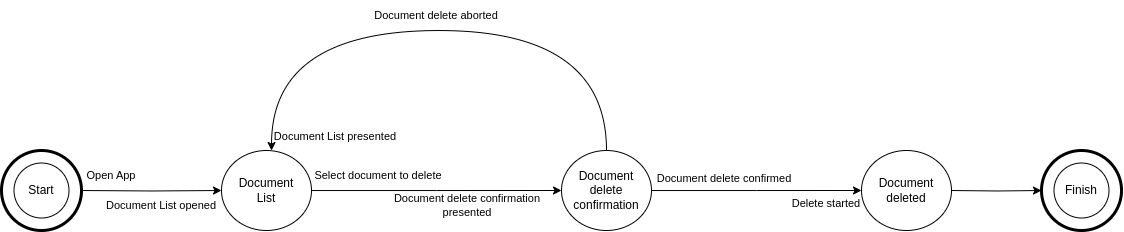
The draw.io diagram Draw.io diagrams/document_delete_STN.drawio.png in antoniociprani/human_computer_interaction, before a commit. Source tidied: cells renumbered, new cells last; positions are measured from the earlier drawing's top-left corner, leaving out a move shared by most shapes. The source it was exported from:
```xml
<mxGraphModel>
  <root>
    <mxCell id="0" />
    <mxCell id="1" parent="0" />
    <mxCell id="2" style="edgeStyle=orthogonalEdgeStyle;rounded=0;jettySize=auto;html=1;" parent="1" edge="1" source="3">
      <mxGeometry relative="1" as="geometry">
        <mxPoint x="560" y="190" as="targetPoint" />
      </mxGeometry>
    </mxCell>
    <mxCell id="3" value="Document&lt;div&gt;List&lt;/div&gt;" style="ellipse;whiteSpace=wrap;html=1;" parent="1" vertex="1">
      <mxGeometry x="220" y="150" width="90" height="80" as="geometry" />
    </mxCell>
    <mxCell id="4" value="Open App" style="text;html=1;align=center;verticalAlign=middle;whiteSpace=wrap;rounded=0;fontSize=11;" parent="1" vertex="1">
      <mxGeometry x="80" y="160" width="60" height="30" as="geometry" />
    </mxCell>
    <mxCell id="5" value="Document List opened" style="text;html=1;align=center;verticalAlign=middle;whiteSpace=wrap;rounded=0;fontSize=11;" parent="1" vertex="1">
      <mxGeometry x="90" y="190" width="140" height="30" as="geometry" />
    </mxCell>
    <mxCell id="6" value="Select document to delete" style="text;html=1;align=center;verticalAlign=middle;whiteSpace=wrap;rounded=0;fontSize=11;" parent="1" vertex="1">
      <mxGeometry x="304" y="160" width="146" height="30" as="geometry" />
    </mxCell>
    <mxCell id="7" value="Document delete confirmation&lt;div&gt;presented&lt;/div&gt;" style="text;html=1;align=center;verticalAlign=middle;whiteSpace=wrap;rounded=0;fontSize=11;" parent="1" vertex="1">
      <mxGeometry x="381" y="190" width="170" height="30" as="geometry" />
    </mxCell>
    <mxCell id="8" style="ellipse;whiteSpace=wrap;html=1;" parent="1" vertex="1">
      <mxGeometry x="12.5" y="162.5" width="55" height="55" as="geometry" />
    </mxCell>
    <mxCell id="9" style="ellipse;whiteSpace=wrap;html=1;fillColor=none;strokeWidth=3;" parent="1" vertex="1">
      <mxGeometry y="150" width="80" height="80" as="geometry" />
    </mxCell>
    <mxCell id="10" style="edgeStyle=orthogonalEdgeStyle;rounded=0;jettySize=auto;html=1;entryX=0;entryY=0.5;entryDx=0;entryDy=0;" parent="1" edge="1" target="3">
      <mxGeometry relative="1" as="geometry">
        <mxPoint x="80" y="190" as="sourcePoint" />
      </mxGeometry>
    </mxCell>
    <mxCell id="11" value="Start" style="text;html=1;align=center;verticalAlign=middle;whiteSpace=wrap;rounded=0;" parent="1" vertex="1">
      <mxGeometry x="10" y="175" width="60" height="30" as="geometry" />
    </mxCell>
    <mxCell id="12" style="edgeStyle=orthogonalEdgeStyle;rounded=0;jettySize=auto;html=1;" parent="1" edge="1" source="14">
      <mxGeometry relative="1" as="geometry">
        <mxPoint x="860" y="190" as="targetPoint" />
      </mxGeometry>
    </mxCell>
    <mxCell id="13" style="edgeStyle=orthogonalEdgeStyle;rounded=0;jettySize=auto;html=1;curved=1;" parent="1" edge="1" source="14">
      <mxGeometry relative="1" as="geometry">
        <mxPoint x="270" y="150" as="targetPoint" />
        <Array as="points">
          <mxPoint x="605" y="30" />
          <mxPoint x="270" y="30" />
          <mxPoint x="270" y="150" />
        </Array>
      </mxGeometry>
    </mxCell>
    <mxCell id="14" value="Document&lt;div&gt;delete confirmation&lt;/div&gt;" style="ellipse;whiteSpace=wrap;html=1;" parent="1" vertex="1">
      <mxGeometry x="560" y="150" width="90" height="80" as="geometry" />
    </mxCell>
    <mxCell id="15" value="Document delete confirmed" style="text;html=1;align=center;verticalAlign=middle;whiteSpace=wrap;rounded=0;fontSize=11;" parent="1" vertex="1">
      <mxGeometry x="650" y="162.5" width="146" height="30" as="geometry" />
    </mxCell>
    <mxCell id="16" value="Delete started" style="text;html=1;align=center;verticalAlign=middle;whiteSpace=wrap;rounded=0;fontSize=11;" parent="1" vertex="1">
      <mxGeometry x="740" y="187.5" width="170" height="30" as="geometry" />
    </mxCell>
    <mxCell id="17" value="Document&lt;div&gt;deleted&lt;/div&gt;" style="ellipse;whiteSpace=wrap;html=1;" parent="1" vertex="1">
      <mxGeometry x="860" y="150" width="90" height="80" as="geometry" />
    </mxCell>
    <mxCell id="18" style="group;" parent="1" vertex="1">
      <mxGeometry x="950" y="150" width="170" height="80" as="geometry" />
    </mxCell>
    <mxCell id="19" style="edgeStyle=orthogonalEdgeStyle;rounded=0;jettySize=auto;html=1;entryX=0;entryY=0.5;entryDx=0;entryDy=0;" parent="18" edge="1" target="21">
      <mxGeometry relative="1" as="geometry">
        <mxPoint y="40" as="sourcePoint" />
      </mxGeometry>
    </mxCell>
    <mxCell id="20" style="ellipse;whiteSpace=wrap;html=1;" parent="18" vertex="1">
      <mxGeometry x="102.5" y="12.5" width="55" height="55" as="geometry" />
    </mxCell>
    <mxCell id="21" style="ellipse;whiteSpace=wrap;html=1;fillColor=none;strokeWidth=3;" parent="18" vertex="1">
      <mxGeometry x="90" width="80" height="80" as="geometry" />
    </mxCell>
    <mxCell id="22" value="Finish" style="text;html=1;align=center;verticalAlign=middle;whiteSpace=wrap;rounded=0;" parent="18" vertex="1">
      <mxGeometry x="100" y="25" width="60" height="30" as="geometry" />
    </mxCell>
    <mxCell id="23" value="Document delete aborted" style="text;html=1;align=center;verticalAlign=middle;whiteSpace=wrap;rounded=0;fontSize=11;" parent="1" vertex="1">
      <mxGeometry x="350" width="170" height="30" as="geometry" />
    </mxCell>
    <mxCell id="24" value="Document List presented" style="text;html=1;align=center;verticalAlign=middle;whiteSpace=wrap;rounded=0;fontSize=11;" parent="1" vertex="1">
      <mxGeometry x="264" y="121" width="140" height="30" as="geometry" />
    </mxCell>
  </root>
</mxGraphModel>
```
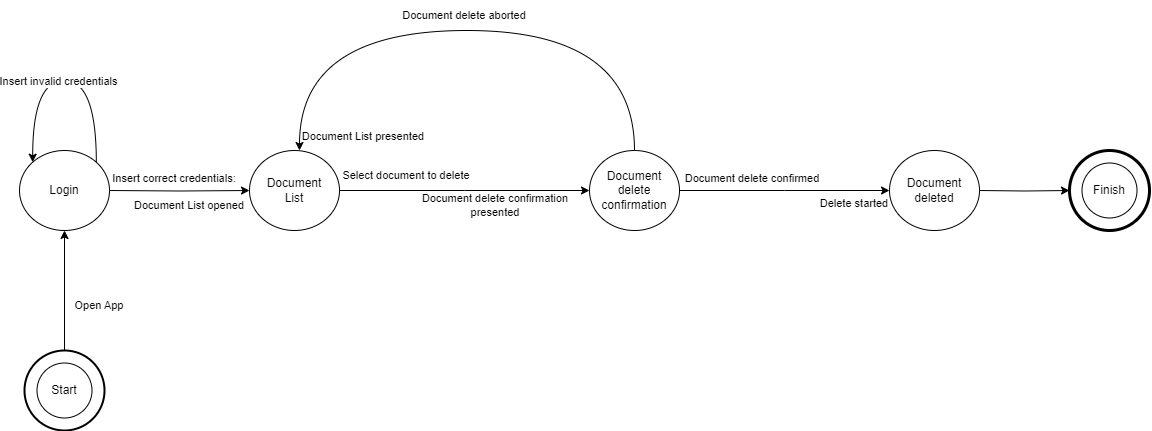
After the change.

The edit, as a diff of the source:
```diff
@@ -10,9 +10,6 @@
     <mxCell id="3" value="Document&lt;div&gt;List&lt;/div&gt;" style="ellipse;whiteSpace=wrap;html=1;" parent="1" vertex="1">
       <mxGeometry x="220" y="150" width="90" height="80" as="geometry" />
     </mxCell>
-    <mxCell id="4" value="Open App" style="text;html=1;align=center;verticalAlign=middle;whiteSpace=wrap;rounded=0;fontSize=11;" parent="1" vertex="1">
-      <mxGeometry x="80" y="160" width="60" height="30" as="geometry" />
-    </mxCell>
     <mxCell id="5" value="Document List opened" style="text;html=1;align=center;verticalAlign=middle;whiteSpace=wrap;rounded=0;fontSize=11;" parent="1" vertex="1">
       <mxGeometry x="90" y="190" width="140" height="30" as="geometry" />
     </mxCell>
@@ -22,20 +19,11 @@
     <mxCell id="7" value="Document delete confirmation&lt;div&gt;presented&lt;/div&gt;" style="text;html=1;align=center;verticalAlign=middle;whiteSpace=wrap;rounded=0;fontSize=11;" parent="1" vertex="1">
       <mxGeometry x="381" y="190" width="170" height="30" as="geometry" />
     </mxCell>
-    <mxCell id="8" style="ellipse;whiteSpace=wrap;html=1;" parent="1" vertex="1">
-      <mxGeometry x="12.5" y="162.5" width="55" height="55" as="geometry" />
-    </mxCell>
-    <mxCell id="9" style="ellipse;whiteSpace=wrap;html=1;fillColor=none;strokeWidth=3;" parent="1" vertex="1">
-      <mxGeometry y="150" width="80" height="80" as="geometry" />
-    </mxCell>
     <mxCell id="10" style="edgeStyle=orthogonalEdgeStyle;rounded=0;jettySize=auto;html=1;entryX=0;entryY=0.5;entryDx=0;entryDy=0;" parent="1" edge="1" target="3">
       <mxGeometry relative="1" as="geometry">
         <mxPoint x="80" y="190" as="sourcePoint" />
       </mxGeometry>
     </mxCell>
-    <mxCell id="11" value="Start" style="text;html=1;align=center;verticalAlign=middle;whiteSpace=wrap;rounded=0;" parent="1" vertex="1">
-      <mxGeometry x="10" y="175" width="60" height="30" as="geometry" />
-    </mxCell>
     <mxCell id="12" style="edgeStyle=orthogonalEdgeStyle;rounded=0;jettySize=auto;html=1;" parent="1" edge="1" source="14">
       <mxGeometry relative="1" as="geometry">
         <mxPoint x="860" y="190" as="targetPoint" />
@@ -86,5 +74,39 @@
     <mxCell id="24" value="Document List presented" style="text;html=1;align=center;verticalAlign=middle;whiteSpace=wrap;rounded=0;fontSize=11;" parent="1" vertex="1">
       <mxGeometry x="264" y="121" width="140" height="30" as="geometry" />
     </mxCell>
+    <mxCell id="4" value="Open App" style="text;html=1;align=center;verticalAlign=middle;whiteSpace=wrap;rounded=0;fontSize=11;" parent="1" vertex="1">
+      <mxGeometry x="40" y="290" width="60" height="30" as="geometry" />
+    </mxCell>
+    <mxCell id="25" style="ellipse;whiteSpace=wrap;html=1;" parent="1" vertex="1">
+      <mxGeometry x="7.5" y="362.5" width="55" height="55" as="geometry" />
+    </mxCell>
+    <mxCell id="26" style="edgeStyle=orthogonalEdgeStyle;rounded=0;jettySize=auto;html=1;entryX=0.5;entryY=1;entryDx=0;entryDy=0;" parent="1" edge="1" source="27" target="28">
+      <mxGeometry relative="1" as="geometry" />
+    </mxCell>
+    <mxCell id="27" style="ellipse;whiteSpace=wrap;html=1;fillColor=none;strokeWidth=2;" parent="1" vertex="1">
+      <mxGeometry x="-5" y="350" width="80" height="80" as="geometry" />
+    </mxCell>
+    <mxCell id="11" value="Start" style="text;html=1;align=center;verticalAlign=middle;whiteSpace=wrap;rounded=0;" parent="1" vertex="1">
+      <mxGeometry x="5" y="375" width="60" height="30" as="geometry" />
+    </mxCell>
+    <mxCell id="28" value="Login" style="ellipse;whiteSpace=wrap;html=1;" parent="1" vertex="1">
+      <mxGeometry x="-10" y="150" width="90" height="80" as="geometry" />
+    </mxCell>
+    <mxCell id="29" style="edgeStyle=orthogonalEdgeStyle;rounded=0;orthogonalLoop=1;jettySize=auto;html=1;exitX=1;exitY=0;exitDx=0;exitDy=0;entryX=0;entryY=0;entryDx=0;entryDy=0;curved=1;" parent="1" edge="1" source="28" target="28">
+      <mxGeometry relative="1" as="geometry">
+        <Array as="points">
+          <mxPoint x="67" y="80" />
+          <mxPoint x="3" y="80" />
+        </Array>
+      </mxGeometry>
+    </mxCell>
+    <mxCell id="30" value="Insert invalid credentials" style="edgeLabel;html=1;align=center;verticalAlign=middle;" parent="29" vertex="1">
+      <mxGeometry x="0.06" y="1" relative="1" as="geometry">
+        <mxPoint y="-1" as="offset" />
+      </mxGeometry>
+    </mxCell>
+    <mxCell id="31" value="Insert correct credentials:" style="text;html=1;align=center;verticalAlign=middle;whiteSpace=wrap;rounded=0;fontSize=11;" parent="1" vertex="1">
+      <mxGeometry x="75" y="162.5" width="140" height="30" as="geometry" />
+    </mxCell>
   </root>
 </mxGraphModel>
```
